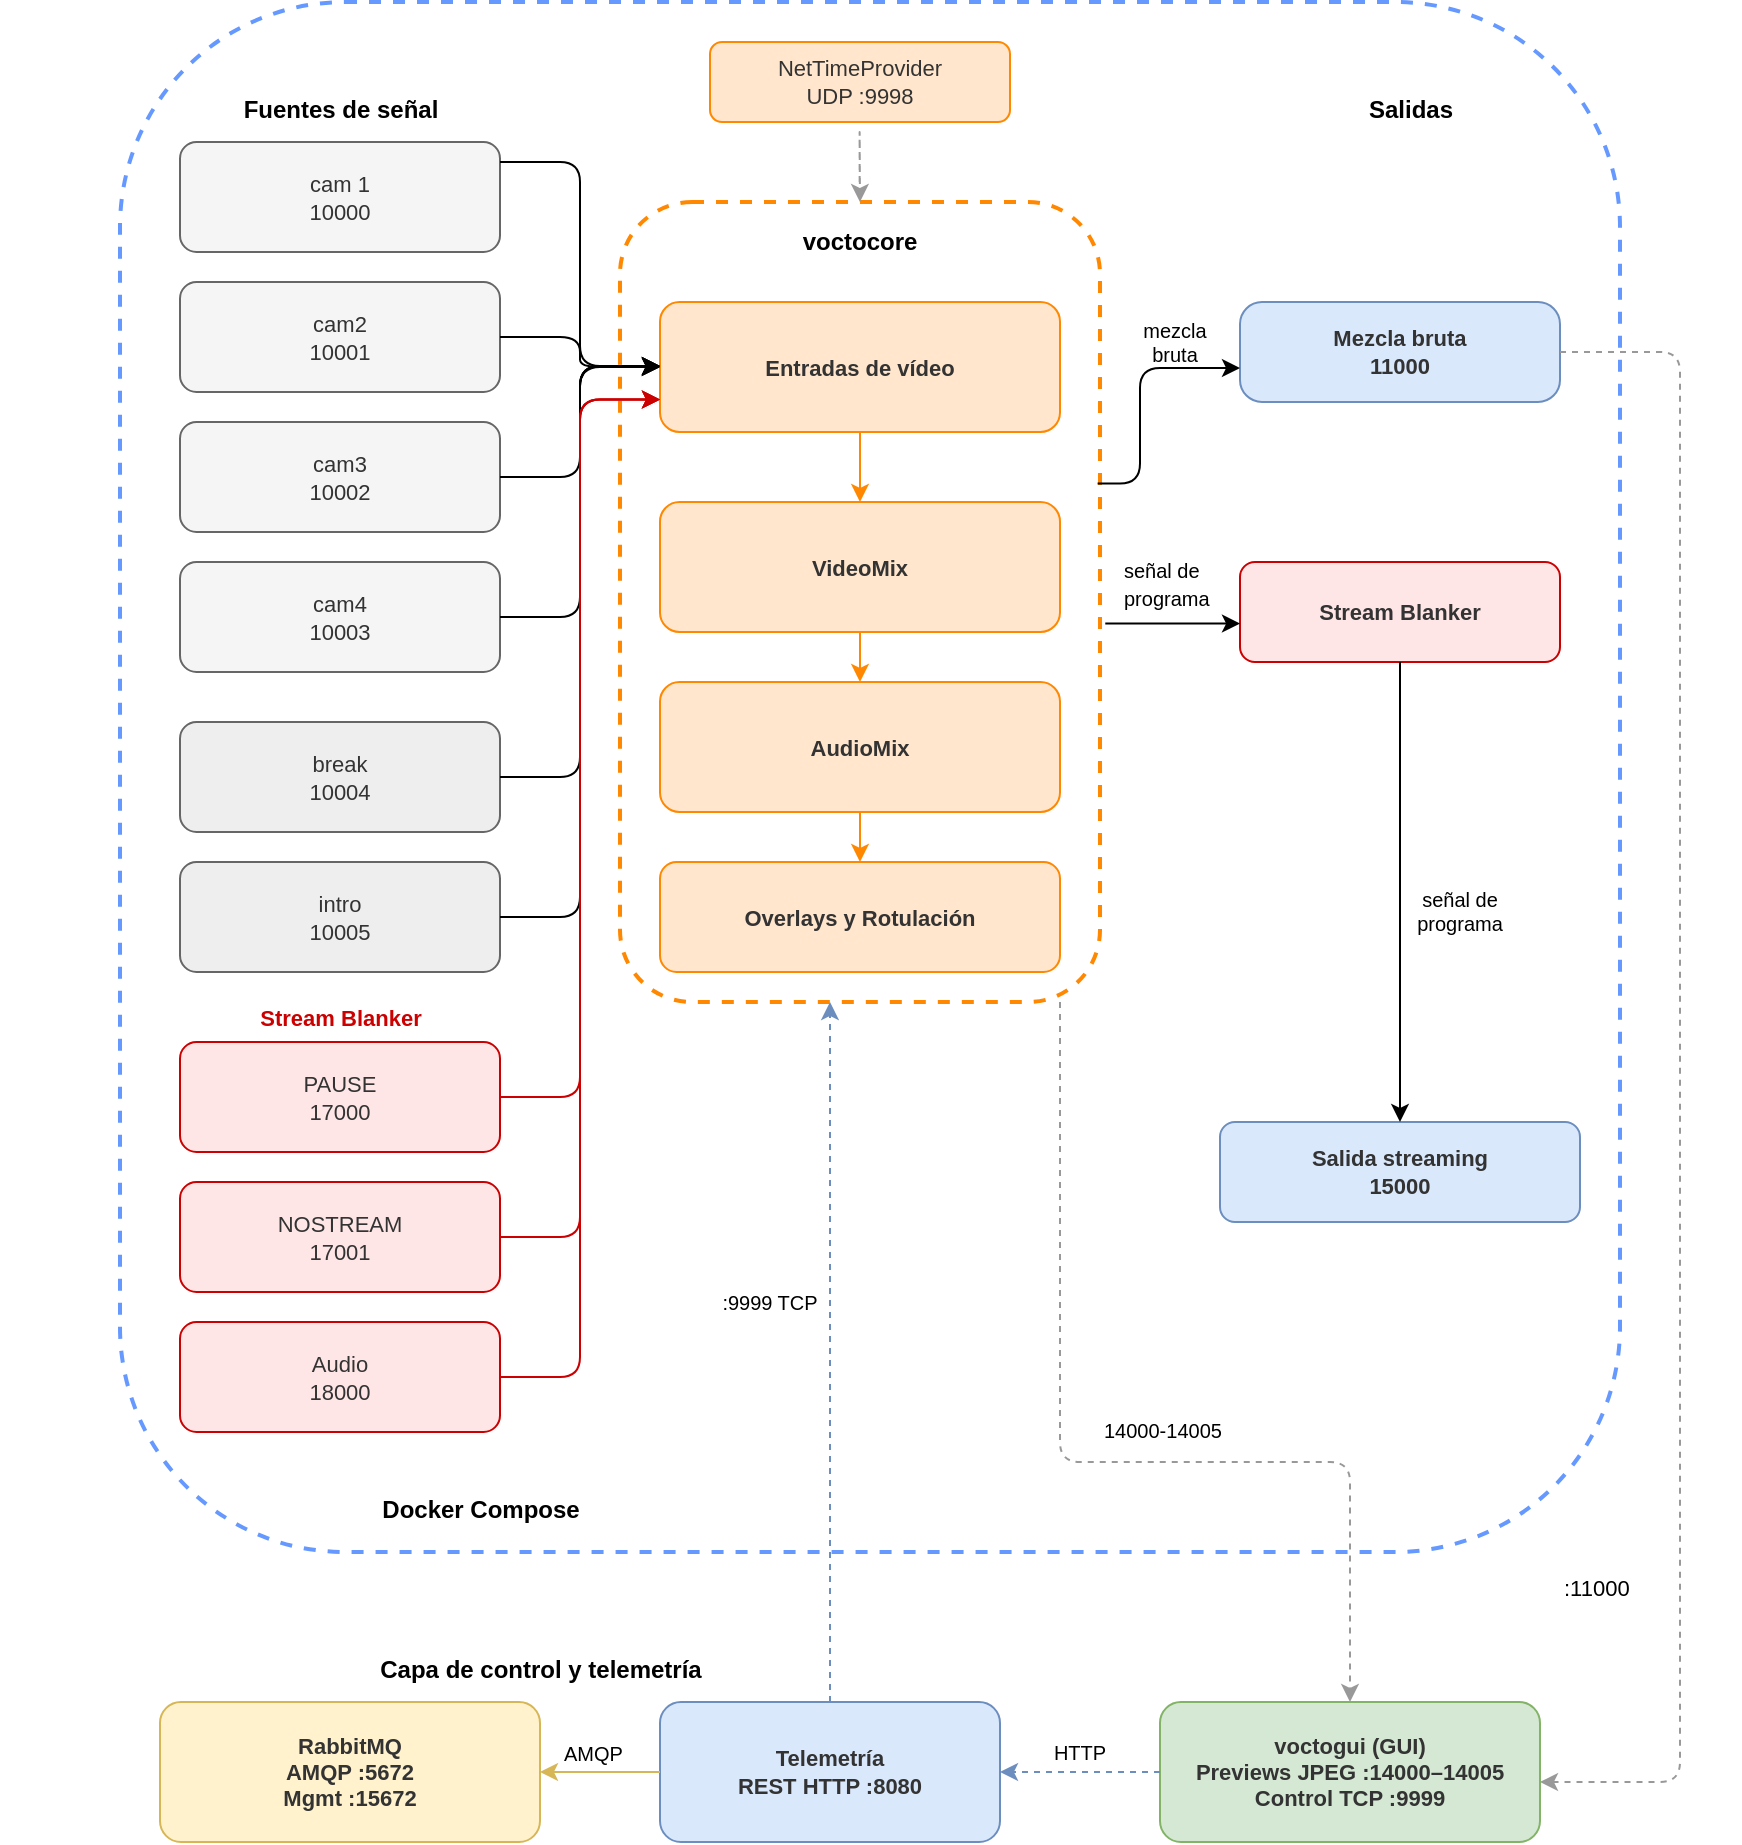
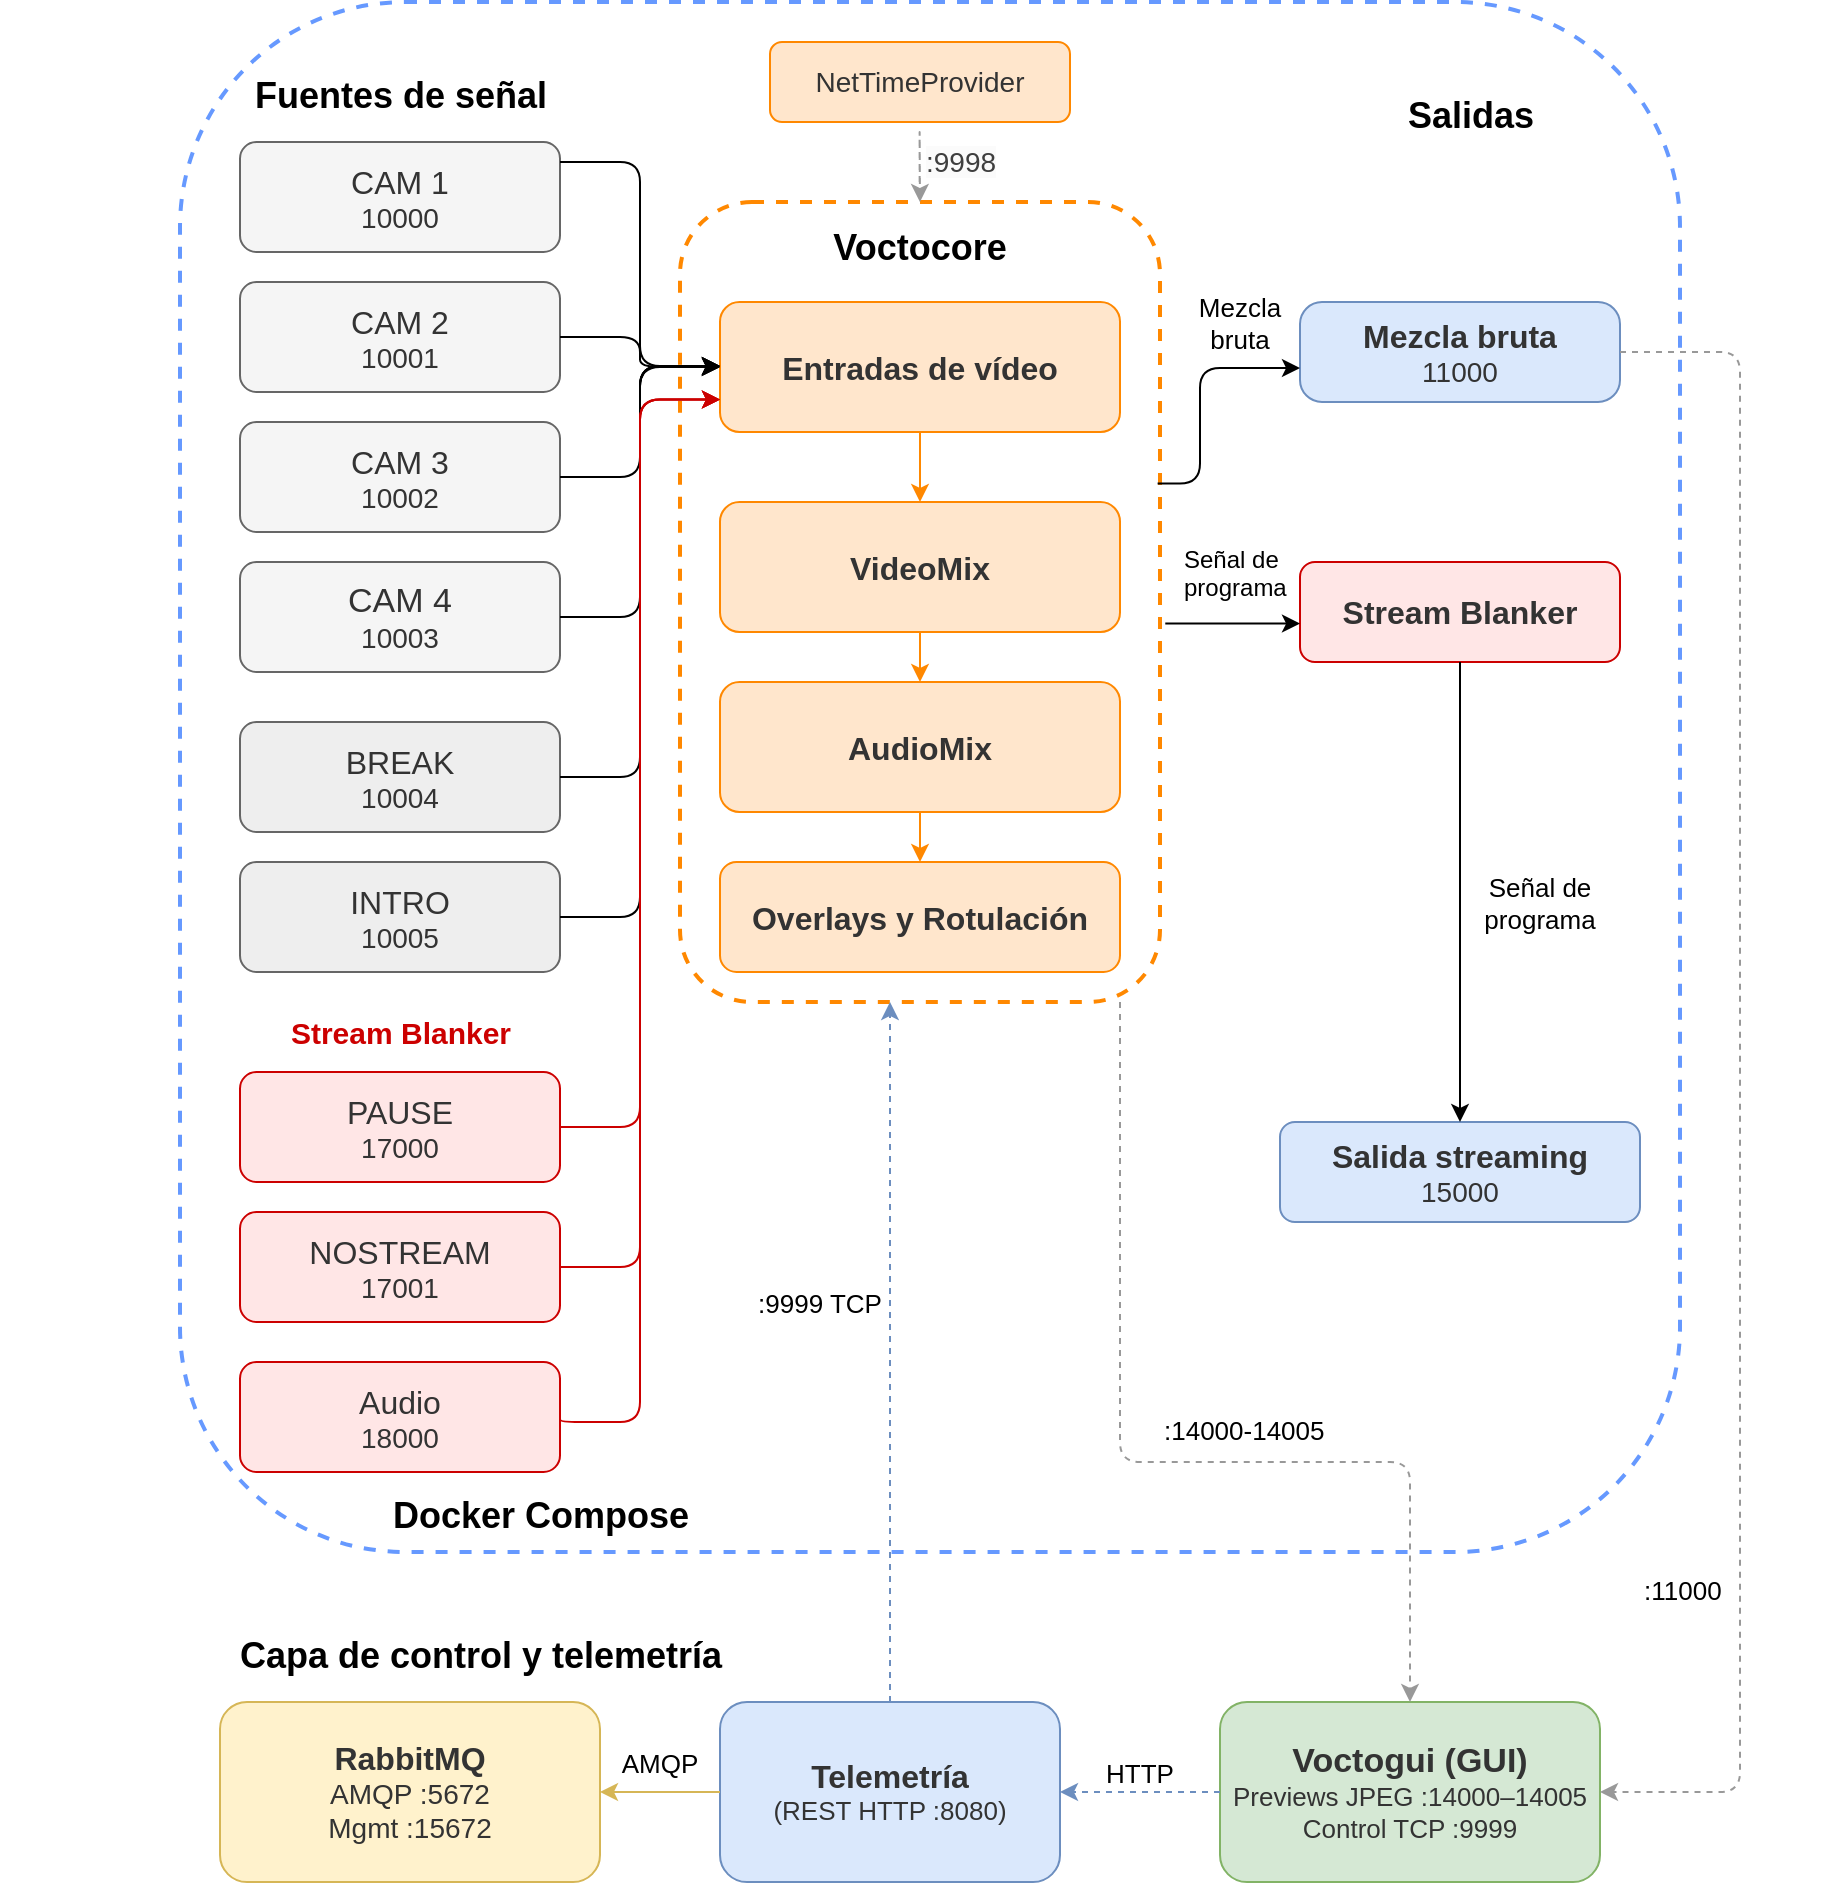
<mxfile host="65bd71144e">
    <diagram id="d5wA-btW1dQcc7cdyLZs" name="Page-1">
-         <mxGraphModel dx="2426" dy="1487" grid="1" gridSize="10" guides="1" tooltips="1" connect="1" arrows="1" fold="1" page="1" pageScale="1" pageWidth="1654" pageHeight="1169" math="0" shadow="0">
+         <mxGraphModel dx="2465" dy="1774" grid="1" gridSize="10" guides="1" tooltips="1" connect="1" arrows="1" fold="1" page="1" pageScale="1" pageWidth="1654" pageHeight="1169" math="0" shadow="0">
            <root>
                <mxCell id="0"/>
                <mxCell id="1" parent="0"/>
                <mxCell id="docker" value="" style="rounded=1;whiteSpace=wrap;html=1;fillColor=none;strokeColor=#6699FF;strokeWidth=2;dashed=1;fontSize=13;fontStyle=1;verticalAlign=bottom;spacingBottom=6;align=center;" parent="1" vertex="1">
                    <mxGeometry y="-20" width="750" height="775" as="geometry"/>
                </mxCell>
-                 <mxCell id="lbl_fuentes" value="Fuentes de señal" style="text;html=1;align=center;fontStyle=1;fontSize=12;" parent="1" vertex="1">
-                     <mxGeometry x="30" y="20" width="160" height="20" as="geometry"/>
-                 </mxCell>
-                 <mxCell id="cam1" value="cam 1&lt;div&gt;&lt;div&gt;10000&lt;/div&gt;&lt;/div&gt;" style="rounded=1;whiteSpace=wrap;html=1;fillColor=#f5f5f5;strokeColor=#666666;fontColor=#333333;fontSize=11;" parent="1" vertex="1">
+                 <mxCell id="lbl_fuentes" value="&lt;font style=&quot;font-size: 18px;&quot;&gt;Fuentes de señal&lt;/font&gt;" style="text;html=1;align=center;fontStyle=1;fontSize=12;" parent="1" vertex="1">
+                     <mxGeometry x="30" y="10" width="160" height="20" as="geometry"/>
+                 </mxCell>
+                 <mxCell id="cam1" value="&lt;font style=&quot;font-size: 16px;&quot;&gt;CAM 1&lt;/font&gt;&lt;div&gt;&lt;div&gt;&lt;font style=&quot;font-size: 14px;&quot;&gt;10000&lt;/font&gt;&lt;/div&gt;&lt;/div&gt;" style="rounded=1;whiteSpace=wrap;html=1;fillColor=#f5f5f5;strokeColor=#666666;fontColor=#333333;fontSize=11;" parent="1" vertex="1">
                    <mxGeometry x="30" y="50" width="160" height="55" as="geometry"/>
                </mxCell>
-                 <mxCell id="cam2" value="cam2&lt;br&gt;10001" style="rounded=1;whiteSpace=wrap;html=1;fillColor=#f5f5f5;strokeColor=#666666;fontColor=#333333;fontSize=11;" parent="1" vertex="1">
+                 <mxCell id="cam2" value="&lt;font style=&quot;&quot;&gt;&lt;span style=&quot;font-size: 16px;&quot;&gt;CAM 2&lt;/span&gt;&lt;br&gt;&lt;font style=&quot;font-size: 14px;&quot;&gt;10001&lt;/font&gt;&lt;/font&gt;" style="rounded=1;whiteSpace=wrap;html=1;fillColor=#f5f5f5;strokeColor=#666666;fontColor=#333333;fontSize=11;" parent="1" vertex="1">
                    <mxGeometry x="30" y="120" width="160" height="55" as="geometry"/>
                </mxCell>
-                 <mxCell id="cam3" value="cam3&lt;br&gt;10002" style="rounded=1;whiteSpace=wrap;html=1;fillColor=#f5f5f5;strokeColor=#666666;fontColor=#333333;fontSize=11;" parent="1" vertex="1">
+                 <mxCell id="cam3" value="&lt;font style=&quot;&quot;&gt;&lt;span style=&quot;font-size: 16px;&quot;&gt;CAM 3&lt;/span&gt;&lt;br&gt;&lt;font style=&quot;font-size: 14px;&quot;&gt;10002&lt;/font&gt;&lt;/font&gt;" style="rounded=1;whiteSpace=wrap;html=1;fillColor=#f5f5f5;strokeColor=#666666;fontColor=#333333;fontSize=11;" parent="1" vertex="1">
                    <mxGeometry x="30" y="190" width="160" height="55" as="geometry"/>
                </mxCell>
-                 <mxCell id="cam4" value="cam4&lt;br&gt;10003" style="rounded=1;whiteSpace=wrap;html=1;fillColor=#f5f5f5;strokeColor=#666666;fontColor=#333333;fontSize=11;" parent="1" vertex="1">
+                 <mxCell id="cam4" value="&lt;font style=&quot;&quot;&gt;&lt;span style=&quot;font-size: 17px;&quot;&gt;CAM 4&lt;/span&gt;&lt;br&gt;&lt;font style=&quot;font-size: 14px;&quot;&gt;10003&lt;/font&gt;&lt;/font&gt;" style="rounded=1;whiteSpace=wrap;html=1;fillColor=#f5f5f5;strokeColor=#666666;fontColor=#333333;fontSize=11;" parent="1" vertex="1">
                    <mxGeometry x="30" y="260" width="160" height="55" as="geometry"/>
                </mxCell>
-                 <mxCell id="brk" value="break&lt;br&gt;10004" style="rounded=1;whiteSpace=wrap;html=1;fillColor=#eeeeee;strokeColor=#666666;fontColor=#333333;fontSize=11;" parent="1" vertex="1">
+                 <mxCell id="brk" value="&lt;font style=&quot;font-size: 16px;&quot;&gt;BREAK&lt;br&gt;&lt;/font&gt;&lt;font style=&quot;font-size: 14px;&quot;&gt;10004&lt;/font&gt;" style="rounded=1;whiteSpace=wrap;html=1;fillColor=#eeeeee;strokeColor=#666666;fontColor=#333333;fontSize=11;" parent="1" vertex="1">
                    <mxGeometry x="30" y="340" width="160" height="55" as="geometry"/>
                </mxCell>
-                 <mxCell id="intro" value="intro&lt;br&gt;10005" style="rounded=1;whiteSpace=wrap;html=1;fillColor=#eeeeee;strokeColor=#666666;fontColor=#333333;fontSize=11;" parent="1" vertex="1">
+                 <mxCell id="intro" value="&lt;font style=&quot;&quot;&gt;&lt;span style=&quot;font-size: 16px;&quot;&gt;INTRO&lt;/span&gt;&lt;br&gt;&lt;font style=&quot;font-size: 14px;&quot;&gt;10005&lt;/font&gt;&lt;/font&gt;" style="rounded=1;whiteSpace=wrap;html=1;fillColor=#eeeeee;strokeColor=#666666;fontColor=#333333;fontSize=11;" parent="1" vertex="1">
                    <mxGeometry x="30" y="410" width="160" height="55" as="geometry"/>
                </mxCell>
-                 <mxCell id="lbl_sb" value="Stream Blanker" style="text;html=1;align=center;fontStyle=1;fontSize=11;fontColor=#CC0000;" parent="1" vertex="1">
-                     <mxGeometry x="30" y="475" width="160" height="20" as="geometry"/>
-                 </mxCell>
-                 <mxCell id="sbp" value="PAUSE&lt;br&gt;17000" style="rounded=1;whiteSpace=wrap;html=1;fillColor=#ffe6e6;strokeColor=#CC0000;fontColor=#333333;fontSize=11;" parent="1" vertex="1">
-                     <mxGeometry x="30" y="500" width="160" height="55" as="geometry"/>
-                 </mxCell>
-                 <mxCell id="sbn" value="NOSTREAM&lt;br&gt;17001" style="rounded=1;whiteSpace=wrap;html=1;fillColor=#ffe6e6;strokeColor=#CC0000;fontColor=#333333;fontSize=11;" parent="1" vertex="1">
-                     <mxGeometry x="30" y="570" width="160" height="55" as="geometry"/>
-                 </mxCell>
-                 <mxCell id="sba" value="Audio&lt;br&gt;18000" style="rounded=1;whiteSpace=wrap;html=1;fillColor=#ffe6e6;strokeColor=#CC0000;fontColor=#333333;fontSize=11;" parent="1" vertex="1">
-                     <mxGeometry x="30" y="640" width="160" height="55" as="geometry"/>
-                 </mxCell>
-                 <mxCell id="voctocore_box" value="voctocore" style="rounded=1;whiteSpace=wrap;html=1;fillColor=none;strokeColor=#FF8800;strokeWidth=2;dashed=1;fontSize=12;fontStyle=1;verticalAlign=top;spacingTop=6;" parent="1" vertex="1">
+                 <mxCell id="lbl_sb" value="&lt;font style=&quot;font-size: 15px;&quot;&gt;Stream Blanker&lt;/font&gt;" style="text;html=1;align=center;fontStyle=1;fontSize=11;fontColor=#CC0000;" parent="1" vertex="1">
+                     <mxGeometry x="30" y="480" width="160" height="20" as="geometry"/>
+                 </mxCell>
+                 <mxCell id="sbp" value="&lt;font style=&quot;font-size: 16px;&quot;&gt;PAUSE&lt;br&gt;&lt;/font&gt;&lt;font style=&quot;font-size: 14px;&quot;&gt;17000&lt;/font&gt;" style="rounded=1;whiteSpace=wrap;html=1;fillColor=#ffe6e6;strokeColor=#CC0000;fontColor=#333333;fontSize=11;" parent="1" vertex="1">
+                     <mxGeometry x="30" y="515" width="160" height="55" as="geometry"/>
+                 </mxCell>
+                 <mxCell id="sbn" value="&lt;font style=&quot;&quot;&gt;&lt;span style=&quot;font-size: 16px;&quot;&gt;NOSTREAM&lt;/span&gt;&lt;br&gt;&lt;font style=&quot;font-size: 14px;&quot;&gt;17001&lt;/font&gt;&lt;/font&gt;" style="rounded=1;whiteSpace=wrap;html=1;fillColor=#ffe6e6;strokeColor=#CC0000;fontColor=#333333;fontSize=11;" parent="1" vertex="1">
+                     <mxGeometry x="30" y="585" width="160" height="55" as="geometry"/>
+                 </mxCell>
+                 <mxCell id="sba" value="&lt;font style=&quot;&quot;&gt;&lt;span style=&quot;font-size: 16px;&quot;&gt;Audio&lt;/span&gt;&lt;br&gt;&lt;font style=&quot;font-size: 14px;&quot;&gt;18000&lt;/font&gt;&lt;/font&gt;" style="rounded=1;whiteSpace=wrap;html=1;fillColor=#ffe6e6;strokeColor=#CC0000;fontColor=#333333;fontSize=11;" parent="1" vertex="1">
+                     <mxGeometry x="30" y="660" width="160" height="55" as="geometry"/>
+                 </mxCell>
+                 <mxCell id="voctocore_box" value="&lt;font style=&quot;font-size: 18px;&quot;&gt;Voctocore&lt;/font&gt;" style="rounded=1;whiteSpace=wrap;html=1;fillColor=none;strokeColor=#FF8800;strokeWidth=2;dashed=1;fontSize=12;fontStyle=1;verticalAlign=top;spacingTop=6;" parent="1" vertex="1">
                    <mxGeometry x="250" y="80" width="240" height="400" as="geometry"/>
                </mxCell>
-                 <mxCell id="avsrc" value="Entradas de vídeo" style="rounded=1;whiteSpace=wrap;html=1;fillColor=#FFE6CC;strokeColor=#FF8800;fontColor=#333333;fontSize=11;fontStyle=1;" parent="1" vertex="1">
+                 <mxCell id="avsrc" value="&lt;font style=&quot;font-size: 16px;&quot;&gt;Entradas de vídeo&lt;/font&gt;" style="rounded=1;whiteSpace=wrap;html=1;fillColor=#FFE6CC;strokeColor=#FF8800;fontColor=#333333;fontSize=11;fontStyle=1;" parent="1" vertex="1">
                    <mxGeometry x="270" y="130" width="200" height="65" as="geometry"/>
                </mxCell>
-                 <mxCell id="vmix" value="VideoMix" style="rounded=1;whiteSpace=wrap;html=1;fillColor=#FFE6CC;strokeColor=#FF8800;fontColor=#333333;fontSize=11;fontStyle=1;" parent="1" vertex="1">
+                 <mxCell id="vmix" value="&lt;font style=&quot;font-size: 16px;&quot;&gt;VideoMix&lt;/font&gt;" style="rounded=1;whiteSpace=wrap;html=1;fillColor=#FFE6CC;strokeColor=#FF8800;fontColor=#333333;fontSize=11;fontStyle=1;" parent="1" vertex="1">
                    <mxGeometry x="270" y="230" width="200" height="65" as="geometry"/>
                </mxCell>
-                 <mxCell id="amix" value="AudioMix" style="rounded=1;whiteSpace=wrap;html=1;fillColor=#FFE6CC;strokeColor=#FF8800;fontColor=#333333;fontSize=11;fontStyle=1;" parent="1" vertex="1">
+                 <mxCell id="amix" value="&lt;font style=&quot;font-size: 16px;&quot;&gt;AudioMix&lt;/font&gt;" style="rounded=1;whiteSpace=wrap;html=1;fillColor=#FFE6CC;strokeColor=#FF8800;fontColor=#333333;fontSize=11;fontStyle=1;" parent="1" vertex="1">
                    <mxGeometry x="270" y="320" width="200" height="65" as="geometry"/>
                </mxCell>
-                 <mxCell id="ovl" value="Overlays y Rotulación" style="rounded=1;whiteSpace=wrap;html=1;fillColor=#FFE6CC;strokeColor=#FF8800;fontColor=#333333;fontSize=11;fontStyle=1;" parent="1" vertex="1">
+                 <mxCell id="ovl" value="&lt;font style=&quot;font-size: 16px;&quot;&gt;Overlays y Rotulación&lt;/font&gt;" style="rounded=1;whiteSpace=wrap;html=1;fillColor=#FFE6CC;strokeColor=#FF8800;fontColor=#333333;fontSize=11;fontStyle=1;" parent="1" vertex="1">
                    <mxGeometry x="270" y="410" width="200" height="55" as="geometry"/>
                </mxCell>
-                 <mxCell id="ntp" value="NetTimeProvider&#xa;UDP :9998" style="rounded=1;whiteSpace=wrap;html=1;fillColor=#FFE6CC;strokeColor=#FF8800;fontColor=#333333;fontSize=11;" parent="1" vertex="1">
+                 <mxCell id="ntp" value="&lt;font style=&quot;font-size: 14px;&quot;&gt;NetTimeProvider&lt;br&gt;&lt;/font&gt;" style="rounded=1;whiteSpace=wrap;html=1;fillColor=#FFE6CC;strokeColor=#FF8800;fontColor=#333333;fontSize=11;" parent="1" vertex="1">
                    <mxGeometry x="295" width="150" height="40" as="geometry"/>
                </mxCell>
-                 <mxCell id="lbl_salidas" value="Salidas" style="text;html=1;align=center;fontStyle=1;fontSize=12;" parent="1" vertex="1">
+                 <mxCell id="lbl_salidas" value="&lt;font style=&quot;font-size: 18px;&quot;&gt;Salidas&lt;/font&gt;" style="text;html=1;align=center;fontStyle=1;fontSize=12;" parent="1" vertex="1">
                    <mxGeometry x="540" y="20" width="210" height="30" as="geometry"/>
                </mxCell>
-                 <mxCell id="outraw" value="Mezcla bruta&lt;br&gt;11000" style="rounded=1;whiteSpace=wrap;html=1;fillColor=#dae8fc;strokeColor=#6c8ebf;fontColor=#333333;fontSize=11;fontStyle=1;arcSize=22;" parent="1" vertex="1">
+                 <mxCell id="outraw" value="&lt;font style=&quot;&quot;&gt;&lt;span style=&quot;font-size: 16px;&quot;&gt;Mezcla bruta&lt;/span&gt;&lt;br&gt;&lt;font style=&quot;font-size: 14px; font-weight: normal;&quot;&gt;11000&lt;/font&gt;&lt;/font&gt;" style="rounded=1;whiteSpace=wrap;html=1;fillColor=#dae8fc;strokeColor=#6c8ebf;fontColor=#333333;fontSize=11;fontStyle=1;arcSize=22;" parent="1" vertex="1">
                    <mxGeometry x="560" y="130" width="160" height="50" as="geometry"/>
                </mxCell>
-                 <mxCell id="sb" value="Stream Blanker" style="rounded=1;whiteSpace=wrap;html=1;fillColor=#ffe6e6;strokeColor=#CC0000;fontColor=#333333;fontSize=11;fontStyle=1;" parent="1" vertex="1">
+                 <mxCell id="sb" value="&lt;font style=&quot;font-size: 16px;&quot;&gt;Stream Blanker&lt;/font&gt;" style="rounded=1;whiteSpace=wrap;html=1;fillColor=#ffe6e6;strokeColor=#CC0000;fontColor=#333333;fontSize=11;fontStyle=1;" parent="1" vertex="1">
                    <mxGeometry x="560" y="260" width="160" height="50" as="geometry"/>
                </mxCell>
-                 <mxCell id="outst" value="Salida streaming&lt;br&gt;15000" style="rounded=1;whiteSpace=wrap;html=1;fillColor=#dae8fc;strokeColor=#6c8ebf;fontColor=#333333;fontSize=11;fontStyle=1;" parent="1" vertex="1">
+                 <mxCell id="outst" value="&lt;font style=&quot;&quot;&gt;&lt;span style=&quot;font-size: 16px;&quot;&gt;Salida streaming&lt;/span&gt;&lt;br&gt;&lt;font style=&quot;font-size: 14px; font-weight: normal;&quot;&gt;15000&lt;/font&gt;&lt;/font&gt;" style="rounded=1;whiteSpace=wrap;html=1;fillColor=#dae8fc;strokeColor=#6c8ebf;fontColor=#333333;fontSize=11;fontStyle=1;" parent="1" vertex="1">
                    <mxGeometry x="550" y="540" width="180" height="50" as="geometry"/>
                </mxCell>
-                 <mxCell id="lbl_control" value="Capa de control y telemetría" style="text;html=1;align=center;fontStyle=1;fontSize=12;" parent="1" vertex="1">
-                     <mxGeometry x="-30" y="800" width="480" height="20" as="geometry"/>
-                 </mxCell>
-                 <mxCell id="gui" value="voctogui (GUI)&lt;br&gt;Previews JPEG :14000–14005&lt;br&gt;Control TCP :9999" style="rounded=1;whiteSpace=wrap;html=1;fillColor=#d5e8d4;strokeColor=#82b366;fontColor=#333333;fontSize=11;fontStyle=1;" parent="1" vertex="1">
-                     <mxGeometry x="520" y="830" width="190" height="70" as="geometry"/>
-                 </mxCell>
-                 <mxCell id="notario" value="Telemetría&lt;br&gt;REST HTTP :8080" style="rounded=1;whiteSpace=wrap;html=1;fillColor=#dae8fc;strokeColor=#6c8ebf;fontColor=#333333;fontSize=11;fontStyle=1;" parent="1" vertex="1">
-                     <mxGeometry x="270" y="830" width="170" height="70" as="geometry"/>
-                 </mxCell>
-                 <mxCell id="rmq" value="RabbitMQ&#xa;AMQP :5672&#xa;Mgmt :15672" style="rounded=1;whiteSpace=wrap;html=1;fillColor=#fff2cc;strokeColor=#d6b656;fontColor=#333333;fontSize=11;fontStyle=1;" parent="1" vertex="1">
-                     <mxGeometry x="20" y="830" width="190" height="70" as="geometry"/>
+                 <mxCell id="lbl_control" value="&lt;font style=&quot;font-size: 18px;&quot;&gt;Capa de control y telemetría&lt;/font&gt;" style="text;html=1;align=center;fontStyle=1;fontSize=12;" parent="1" vertex="1">
+                     <mxGeometry x="-90" y="790" width="480" height="20" as="geometry"/>
+                 </mxCell>
+                 <mxCell id="gui" value="&lt;font style=&quot;&quot;&gt;&lt;font style=&quot;font-size: 17px;&quot;&gt;&lt;font style=&quot;&quot;&gt;Voctogui (GUI)&lt;/font&gt;&lt;br&gt;&lt;/font&gt;&lt;font style=&quot;font-weight: normal; font-size: 13px;&quot;&gt;Previews JPEG :14000–14005&lt;br&gt;Control TCP :9999&lt;/font&gt;&lt;/font&gt;" style="rounded=1;whiteSpace=wrap;html=1;fillColor=#d5e8d4;strokeColor=#82b366;fontColor=#333333;fontSize=11;fontStyle=1;" parent="1" vertex="1">
+                     <mxGeometry x="520" y="830" width="190" height="90" as="geometry"/>
+                 </mxCell>
+                 <mxCell id="notario" value="&lt;font style=&quot;&quot;&gt;&lt;span style=&quot;font-size: 16px;&quot;&gt;Telemetría&lt;/span&gt;&lt;br&gt;&lt;font style=&quot;font-weight: normal; font-size: 13px;&quot;&gt;(REST HTTP :8080)&lt;/font&gt;&lt;/font&gt;" style="rounded=1;whiteSpace=wrap;html=1;fillColor=#dae8fc;strokeColor=#6c8ebf;fontColor=#333333;fontSize=11;fontStyle=1;" parent="1" vertex="1">
+                     <mxGeometry x="270" y="830" width="170" height="90" as="geometry"/>
+                 </mxCell>
+                 <mxCell id="rmq" value="&lt;font style=&quot;&quot;&gt;&lt;span style=&quot;font-size: 16px;&quot;&gt;RabbitMQ&lt;/span&gt;&lt;br&gt;&lt;span style=&quot;font-weight: normal;&quot;&gt;&lt;font style=&quot;font-size: 14px;&quot;&gt;AMQP :5672&lt;br&gt;&lt;/font&gt;&lt;font style=&quot;font-size: 14px;&quot;&gt;Mgmt :15672&lt;/font&gt;&lt;/span&gt;&lt;/font&gt;" style="rounded=1;whiteSpace=wrap;html=1;fillColor=#fff2cc;strokeColor=#d6b656;fontColor=#333333;fontSize=11;fontStyle=1;" parent="1" vertex="1">
+                     <mxGeometry x="20" y="830" width="190" height="90" as="geometry"/>
                </mxCell>
                <mxCell id="e_cam1" style="edgeStyle=orthogonalEdgeStyle;" parent="1" source="cam1" target="avsrc" edge="1">
                    <mxGeometry relative="1" as="geometry">
                        <Array as="points">
                            <mxPoint x="230" y="60"/>
                            <mxPoint x="230" y="162"/>
                        </Array>
                    </mxGeometry>
                </mxCell>
                <mxCell id="e_cam2" style="edgeStyle=orthogonalEdgeStyle;" parent="1" source="cam2" target="avsrc" edge="1">
                    <mxGeometry relative="1" as="geometry"/>
                </mxCell>
                <mxCell id="e_cam3" style="edgeStyle=orthogonalEdgeStyle;" parent="1" source="cam3" target="avsrc" edge="1">
                    <mxGeometry relative="1" as="geometry"/>
                </mxCell>
                <mxCell id="e_cam4" style="edgeStyle=orthogonalEdgeStyle;" parent="1" source="cam4" target="avsrc" edge="1">
                    <mxGeometry relative="1" as="geometry">
                        <Array as="points">
                            <mxPoint x="230" y="288"/>
                            <mxPoint x="230" y="162"/>
                        </Array>
                    </mxGeometry>
                </mxCell>
                <mxCell id="e_brk" style="edgeStyle=orthogonalEdgeStyle;" parent="1" source="brk" target="avsrc" edge="1">
                    <mxGeometry relative="1" as="geometry">
                        <Array as="points">
                            <mxPoint x="230" y="368"/>
                            <mxPoint x="230" y="162"/>
                        </Array>
                    </mxGeometry>
                </mxCell>
                <mxCell id="e_intro" style="edgeStyle=orthogonalEdgeStyle;" parent="1" source="intro" target="avsrc" edge="1">
                    <mxGeometry relative="1" as="geometry">
                        <Array as="points">
                            <mxPoint x="230" y="438"/>
                            <mxPoint x="230" y="162"/>
                        </Array>
                    </mxGeometry>
                </mxCell>
-                 <mxCell id="e_sbp" style="edgeStyle=orthogonalEdgeStyle;strokeColor=#CC0000;entryX=0;entryY=0.75;entryDx=0;entryDy=0;" parent="1" source="sbp" target="avsrc" edge="1">
-                     <mxGeometry relative="1" as="geometry">
-                         <Array as="points">
-                             <mxPoint x="230" y="528"/>
+                 <mxCell id="e_sbp" style="edgeStyle=orthogonalEdgeStyle;strokeColor=#CC0000;entryX=0;entryY=0.75;entryDx=0;entryDy=0;exitX=1;exitY=0.5;exitDx=0;exitDy=0;" parent="1" source="sbp" target="avsrc" edge="1">
+                     <mxGeometry relative="1" as="geometry">
+                         <Array as="points">
+                             <mxPoint x="230" y="543"/>
                            <mxPoint x="230" y="179"/>
                        </Array>
                    </mxGeometry>
                </mxCell>
-                 <mxCell id="e_sbn" style="edgeStyle=orthogonalEdgeStyle;strokeColor=#CC0000;entryX=0;entryY=0.75;entryDx=0;entryDy=0;" parent="1" source="sbn" target="avsrc" edge="1">
-                     <mxGeometry relative="1" as="geometry">
-                         <Array as="points">
-                             <mxPoint x="230" y="598"/>
+                 <mxCell id="e_sbn" style="edgeStyle=orthogonalEdgeStyle;strokeColor=#CC0000;entryX=0;entryY=0.75;entryDx=0;entryDy=0;exitX=1;exitY=0.5;exitDx=0;exitDy=0;" parent="1" source="sbn" target="avsrc" edge="1">
+                     <mxGeometry relative="1" as="geometry">
+                         <Array as="points">
+                             <mxPoint x="230" y="613"/>
                            <mxPoint x="230" y="179"/>
                        </Array>
                    </mxGeometry>
                </mxCell>
-                 <mxCell id="e_sba" style="edgeStyle=orthogonalEdgeStyle;strokeColor=#CC0000;entryX=0;entryY=0.75;entryDx=0;entryDy=0;" parent="1" source="sba" target="avsrc" edge="1">
+                 <mxCell id="e_sba" style="edgeStyle=orthogonalEdgeStyle;strokeColor=#CC0000;entryX=0;entryY=0.75;entryDx=0;entryDy=0;exitX=1;exitY=0.5;exitDx=0;exitDy=0;" parent="1" source="sba" target="avsrc" edge="1">
                    <mxGeometry relative="1" as="geometry">
                        <mxPoint x="260" y="170" as="targetPoint"/>
                        <Array as="points">
-                             <mxPoint x="230" y="668"/>
+                             <mxPoint x="190" y="690"/>
+                             <mxPoint x="230" y="690"/>
                            <mxPoint x="230" y="179"/>
                        </Array>
                    </mxGeometry>
                </mxCell>
                <mxCell id="e_avsrc_vmix" style="edgeStyle=orthogonalEdgeStyle;strokeColor=#FF8800;" parent="1" source="avsrc" target="vmix" edge="1">
                    <mxGeometry relative="1" as="geometry"/>
                </mxCell>
                <mxCell id="e_vmix_amix" style="edgeStyle=orthogonalEdgeStyle;strokeColor=#FF8800;" parent="1" source="vmix" target="amix" edge="1">
                    <mxGeometry relative="1" as="geometry"/>
                </mxCell>
                <mxCell id="e_amix_ovl" style="edgeStyle=orthogonalEdgeStyle;strokeColor=#FF8800;" parent="1" source="amix" target="ovl" edge="1">
                    <mxGeometry relative="1" as="geometry"/>
                </mxCell>
-                 <mxCell id="e_ovl_raw" value="mezcla&#xa;bruta" style="edgeStyle=orthogonalEdgeStyle;fontSize=10;exitX=0.995;exitY=0.352;exitDx=0;exitDy=0;exitPerimeter=0;" parent="1" source="voctocore_box" target="outraw" edge="1">
-                     <mxGeometry x="0.4957" y="13" relative="1" as="geometry">
+                 <mxCell id="e_ovl_raw" value="Mezcla&#xa;bruta" style="edgeStyle=orthogonalEdgeStyle;fontSize=13;exitX=0.995;exitY=0.352;exitDx=0;exitDy=0;exitPerimeter=0;" parent="1" source="voctocore_box" target="outraw" edge="1">
+                     <mxGeometry x="0.535" y="23" relative="1" as="geometry">
                        <Array as="points">
                            <mxPoint x="510" y="221"/>
                            <mxPoint x="510" y="163"/>
                        </Array>
                        <mxPoint as="offset"/>
                    </mxGeometry>
                </mxCell>
                <mxCell id="e_ovl_sb" style="edgeStyle=orthogonalEdgeStyle;exitX=1.011;exitY=0.527;exitDx=0;exitDy=0;exitPerimeter=0;" parent="1" source="voctocore_box" target="sb" edge="1">
                    <mxGeometry relative="1" as="geometry">
                        <Array as="points">
                            <mxPoint x="510" y="290"/>
                            <mxPoint x="510" y="290"/>
                        </Array>
                    </mxGeometry>
                </mxCell>
-                 <mxCell id="e_sb_out" value="señal de&#xa;programa" style="edgeStyle=orthogonalEdgeStyle;fontSize=10;exitX=0.5;exitY=1;exitDx=0;exitDy=0;" parent="1" source="sb" target="outst" edge="1">
-                     <mxGeometry x="0.0805" y="30" relative="1" as="geometry">
+                 <mxCell id="e_sb_out" value="Señal de&#xa;programa" style="edgeStyle=orthogonalEdgeStyle;fontSize=13;exitX=0.5;exitY=1;exitDx=0;exitDy=0;" parent="1" source="sb" target="outst" edge="1">
+                     <mxGeometry x="0.0435" y="40" relative="1" as="geometry">
                        <Array as="points">
                            <mxPoint x="640" y="420"/>
                            <mxPoint x="640" y="420"/>
                        </Array>
                        <mxPoint as="offset"/>
                    </mxGeometry>
                </mxCell>
-                 <mxCell id="e_gui_not" value="HTTP" style="edgeStyle=orthogonalEdgeStyle;dashed=1;strokeColor=#6c8ebf;fontSize=10;" parent="1" source="gui" target="notario" edge="1">
+                 <mxCell id="e_gui_not" value="HTTP" style="edgeStyle=orthogonalEdgeStyle;dashed=1;strokeColor=#6c8ebf;fontSize=13;" parent="1" source="gui" target="notario" edge="1">
                    <mxGeometry y="-10" relative="1" as="geometry">
                        <mxPoint as="offset"/>
                    </mxGeometry>
                </mxCell>
-                 <mxCell id="e_not_rmq" value="AMQP" style="edgeStyle=orthogonalEdgeStyle;strokeColor=#d6b656;fontSize=10;entryX=1;entryY=0.5;entryDx=0;entryDy=0;" parent="1" source="notario" edge="1">
-                     <mxGeometry x="0.1183" y="-10" relative="1" as="geometry">
-                         <mxPoint x="210" y="865" as="targetPoint"/>
-                         <mxPoint as="offset"/>
-                     </mxGeometry>
-                 </mxCell>
-                 <mxCell id="e_not_voc" value=":9999 TCP" style="edgeStyle=orthogonalEdgeStyle;dashed=1;strokeColor=#6c8ebf;fontSize=10;" parent="1" source="notario" target="voctocore_box" edge="1">
-                     <mxGeometry x="0.1429" y="30" relative="1" as="geometry">
+                 <mxCell id="e_not_rmq" value="AMQP" style="edgeStyle=orthogonalEdgeStyle;strokeColor=#d6b656;fontSize=13;entryX=1;entryY=0.5;entryDx=0;entryDy=0;" parent="1" source="notario" edge="1" target="rmq">
+                     <mxGeometry y="-15" relative="1" as="geometry">
+                         <mxPoint x="210" y="885" as="targetPoint"/>
+                         <mxPoint as="offset"/>
+                     </mxGeometry>
+                 </mxCell>
+                 <mxCell id="e_not_voc" value=":9999 TCP" style="edgeStyle=orthogonalEdgeStyle;dashed=1;strokeColor=#6c8ebf;fontSize=13;" parent="1" source="notario" target="voctocore_box" edge="1">
+                     <mxGeometry x="0.1429" y="35" relative="1" as="geometry">
                        <Array as="points">
                            <mxPoint x="355" y="650"/>
                            <mxPoint x="355" y="650"/>
                        </Array>
                        <mxPoint as="offset"/>
                    </mxGeometry>
                </mxCell>
                <mxCell id="e_prev_gui" value="" style="edgeStyle=orthogonalEdgeStyle;dashed=1;strokeColor=#999999;fontSize=10;" parent="1" source="voctocore_box" target="gui" edge="1">
                    <mxGeometry relative="1" as="geometry">
                        <Array as="points">
                            <mxPoint x="470" y="710"/>
                            <mxPoint x="615" y="710"/>
                        </Array>
                        <mxPoint as="offset"/>
                    </mxGeometry>
                </mxCell>
-                 <mxCell id="6" value="" style="edgeStyle=orthogonalEdgeStyle;dashed=1;strokeColor=#999999;fontSize=10;exitX=1;exitY=0.5;exitDx=0;exitDy=0;" edge="1" parent="1" source="outraw" target="gui">
+                 <mxCell id="6" value="" style="edgeStyle=orthogonalEdgeStyle;dashed=1;strokeColor=#999999;fontSize=10;exitX=1;exitY=0.5;exitDx=0;exitDy=0;entryX=1;entryY=0.5;entryDx=0;entryDy=0;" parent="1" source="outraw" target="gui" edge="1">
                    <mxGeometry relative="1" as="geometry">
                        <mxPoint x="827" y="205" as="sourcePoint"/>
                        <mxPoint x="700" y="870" as="targetPoint"/>
                        <Array as="points">
                            <mxPoint x="780" y="155"/>
-                             <mxPoint x="780" y="870"/>
-                         </Array>
-                     </mxGeometry>
-                 </mxCell>
-                 <mxCell id="7" value=":11000" style="text;whiteSpace=wrap;fontSize=11;" vertex="1" parent="1">
-                     <mxGeometry x="720" y="760" width="90" height="40" as="geometry"/>
-                 </mxCell>
-                 <mxCell id="8" value="Docker Compose" style="text;html=1;align=center;fontStyle=1;fontSize=12;" vertex="1" parent="1">
+                             <mxPoint x="780" y="875"/>
+                         </Array>
+                     </mxGeometry>
+                 </mxCell>
+                 <mxCell id="7" value=":11000" style="text;whiteSpace=wrap;fontSize=13;" parent="1" vertex="1">
+                     <mxGeometry x="730" y="760" width="90" height="40" as="geometry"/>
+                 </mxCell>
+                 <mxCell id="8" value="&lt;font style=&quot;font-size: 18px;&quot;&gt;Docker Compose&lt;/font&gt;" style="text;html=1;align=center;fontStyle=1;fontSize=12;" parent="1" vertex="1">
                    <mxGeometry x="-60" y="720" width="480" height="20" as="geometry"/>
                </mxCell>
-                 <mxCell id="10" value="&lt;span style=&quot;color: rgb(0, 0, 0); font-family: Helvetica; font-size: 10px; font-style: normal; font-variant-ligatures: normal; font-variant-caps: normal; font-weight: 400; letter-spacing: normal; orphans: 2; text-align: center; text-indent: 0px; text-transform: none; widows: 2; word-spacing: 0px; -webkit-text-stroke-width: 0px; white-space: nowrap; background-color: rgb(255, 255, 255); text-decoration-thickness: initial; text-decoration-style: initial; text-decoration-color: initial; float: none; display: inline !important;&quot;&gt;14000-14005&lt;/span&gt;&lt;div&gt;&lt;span style=&quot;color: rgb(0, 0, 0); font-family: Helvetica; font-size: 10px; font-style: normal; font-variant-ligatures: normal; font-variant-caps: normal; font-weight: 400; letter-spacing: normal; orphans: 2; text-align: center; text-indent: 0px; text-transform: none; widows: 2; word-spacing: 0px; -webkit-text-stroke-width: 0px; white-space: nowrap; background-color: rgb(255, 255, 255); text-decoration-thickness: initial; text-decoration-style: initial; text-decoration-color: initial; float: none; display: inline !important;&quot;&gt;&lt;br&gt;&lt;/span&gt;&lt;/div&gt;" style="text;whiteSpace=wrap;html=1;" vertex="1" parent="1">
-                     <mxGeometry x="490" y="680" width="80" height="40" as="geometry"/>
-                 </mxCell>
-                 <mxCell id="12" value="" style="edgeStyle=orthogonalEdgeStyle;dashed=1;strokeColor=#999999;fontSize=10;" edge="1" parent="1">
+                 <mxCell id="10" value="&lt;span style=&quot;color: rgb(0, 0, 0); font-family: Helvetica; font-style: normal; font-variant-ligatures: normal; font-variant-caps: normal; font-weight: 400; letter-spacing: normal; orphans: 2; text-align: center; text-indent: 0px; text-transform: none; widows: 2; word-spacing: 0px; -webkit-text-stroke-width: 0px; white-space: nowrap; background-color: rgb(255, 255, 255); text-decoration-thickness: initial; text-decoration-style: initial; text-decoration-color: initial; float: none; display: inline !important;&quot;&gt;&lt;font style=&quot;font-size: 13px;&quot;&gt;:14000-14005&lt;/font&gt;&lt;/span&gt;&lt;div&gt;&lt;span style=&quot;color: rgb(0, 0, 0); font-family: Helvetica; font-size: 10px; font-style: normal; font-variant-ligatures: normal; font-variant-caps: normal; font-weight: 400; letter-spacing: normal; orphans: 2; text-align: center; text-indent: 0px; text-transform: none; widows: 2; word-spacing: 0px; -webkit-text-stroke-width: 0px; white-space: nowrap; background-color: rgb(255, 255, 255); text-decoration-thickness: initial; text-decoration-style: initial; text-decoration-color: initial; float: none; display: inline !important;&quot;&gt;&lt;br&gt;&lt;/span&gt;&lt;/div&gt;" style="text;whiteSpace=wrap;html=1;" parent="1" vertex="1">
+                     <mxGeometry x="490" y="680" width="90" height="40" as="geometry"/>
+                 </mxCell>
+                 <mxCell id="12" value="" style="edgeStyle=orthogonalEdgeStyle;dashed=1;strokeColor=#999999;fontSize=10;" parent="1" edge="1">
                    <mxGeometry relative="1" as="geometry">
                        <mxPoint x="369.82000000000005" y="70" as="sourcePoint"/>
                        <mxPoint x="369.98" y="80" as="targetPoint"/>
                        <Array as="points">
                            <mxPoint x="370.09000000000003" y="40"/>
                        </Array>
                        <mxPoint as="offset"/>
                    </mxGeometry>
                </mxCell>
-                 <mxCell id="14" value="&lt;span style=&quot;color: rgb(0, 0, 0); font-family: Helvetica; font-size: 10px; font-style: normal; font-variant-ligatures: normal; font-variant-caps: normal; font-weight: 400; letter-spacing: normal; orphans: 2; text-align: center; text-indent: 0px; text-transform: none; widows: 2; word-spacing: 0px; -webkit-text-stroke-width: 0px; white-space: nowrap; background-color: rgb(255, 255, 255); text-decoration-thickness: initial; text-decoration-style: initial; text-decoration-color: initial; display: inline !important; float: none;&quot;&gt;señal de&lt;/span&gt;&lt;br style=&quot;forced-color-adjust: none; color: rgb(63, 63, 63); scrollbar-color: rgb(226, 226, 226) rgb(251, 251, 251); padding: 0px; margin: 0px; font-family: Helvetica; font-size: 10px; font-style: normal; font-variant-ligatures: normal; font-variant-caps: normal; font-weight: 400; letter-spacing: normal; orphans: 2; text-align: center; text-indent: 0px; text-transform: none; widows: 2; word-spacing: 0px; -webkit-text-stroke-width: 0px; white-space: nowrap; text-decoration-thickness: initial; text-decoration-style: initial; text-decoration-color: initial;&quot;&gt;&lt;span style=&quot;color: rgb(0, 0, 0); font-family: Helvetica; font-size: 10px; font-style: normal; font-variant-ligatures: normal; font-variant-caps: normal; font-weight: 400; letter-spacing: normal; orphans: 2; text-align: center; text-indent: 0px; text-transform: none; widows: 2; word-spacing: 0px; -webkit-text-stroke-width: 0px; white-space: nowrap; background-color: rgb(255, 255, 255); text-decoration-thickness: initial; text-decoration-style: initial; text-decoration-color: initial; display: inline !important; float: none;&quot;&gt;programa&lt;/span&gt;" style="text;whiteSpace=wrap;html=1;" vertex="1" parent="1">
-                     <mxGeometry x="500" y="250" width="50" height="25" as="geometry"/>
+                 <mxCell id="15" value="&lt;span style=&quot;color: rgb(63, 63, 63); font-size: 14px; text-wrap-mode: wrap; background-color: rgb(251, 251, 251);&quot;&gt;:9998&lt;/span&gt;" style="edgeLabel;html=1;align=center;verticalAlign=middle;resizable=0;points=[];" vertex="1" connectable="0" parent="12">
+                     <mxGeometry x="0.5145" relative="1" as="geometry">
+                         <mxPoint x="20" y="-3" as="offset"/>
+                     </mxGeometry>
+                 </mxCell>
+                 <mxCell id="14" value="&lt;font&gt;&lt;span style=&quot;color: rgb(0, 0, 0); font-family: Helvetica; font-style: normal; font-variant-ligatures: normal; font-variant-caps: normal; font-weight: 400; letter-spacing: normal; orphans: 2; text-align: center; text-indent: 0px; text-transform: none; widows: 2; word-spacing: 0px; -webkit-text-stroke-width: 0px; white-space: nowrap; background-color: rgb(255, 255, 255); text-decoration-thickness: initial; text-decoration-style: initial; text-decoration-color: initial; float: none; display: inline !important;&quot;&gt;Señal de&lt;/span&gt;&lt;br style=&quot;forced-color-adjust: none; color: rgb(63, 63, 63); scrollbar-color: rgb(226, 226, 226) rgb(251, 251, 251); padding: 0px; margin: 0px; font-family: Helvetica; font-style: normal; font-variant-ligatures: normal; font-variant-caps: normal; font-weight: 400; letter-spacing: normal; orphans: 2; text-align: center; text-indent: 0px; text-transform: none; widows: 2; word-spacing: 0px; -webkit-text-stroke-width: 0px; white-space: nowrap; text-decoration-thickness: initial; text-decoration-style: initial; text-decoration-color: initial;&quot;&gt;&lt;span style=&quot;color: rgb(0, 0, 0); font-family: Helvetica; font-style: normal; font-variant-ligatures: normal; font-variant-caps: normal; font-weight: 400; letter-spacing: normal; orphans: 2; text-align: center; text-indent: 0px; text-transform: none; widows: 2; word-spacing: 0px; -webkit-text-stroke-width: 0px; white-space: nowrap; background-color: rgb(255, 255, 255); text-decoration-thickness: initial; text-decoration-style: initial; text-decoration-color: initial; float: none; display: inline !important;&quot;&gt;programa&lt;/span&gt;&lt;/font&gt;" style="text;whiteSpace=wrap;html=1;" parent="1" vertex="1">
+                     <mxGeometry x="500" y="245" width="50" height="25" as="geometry"/>
                </mxCell>
            </root>
        </mxGraphModel>
    </diagram>
</mxfile>